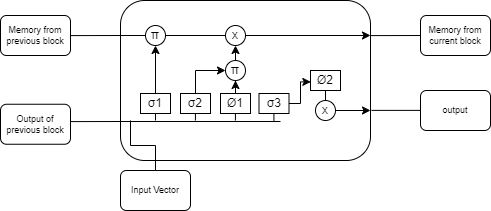
Earlier version of the draw.io export images/lstm_module.png (thomas-lerchbaumer-fh/fh-ba2). Source tidied: cells renumbered, new cells last; positions are measured from the earlier drawing's top-left corner, leaving out a move shared by most shapes.
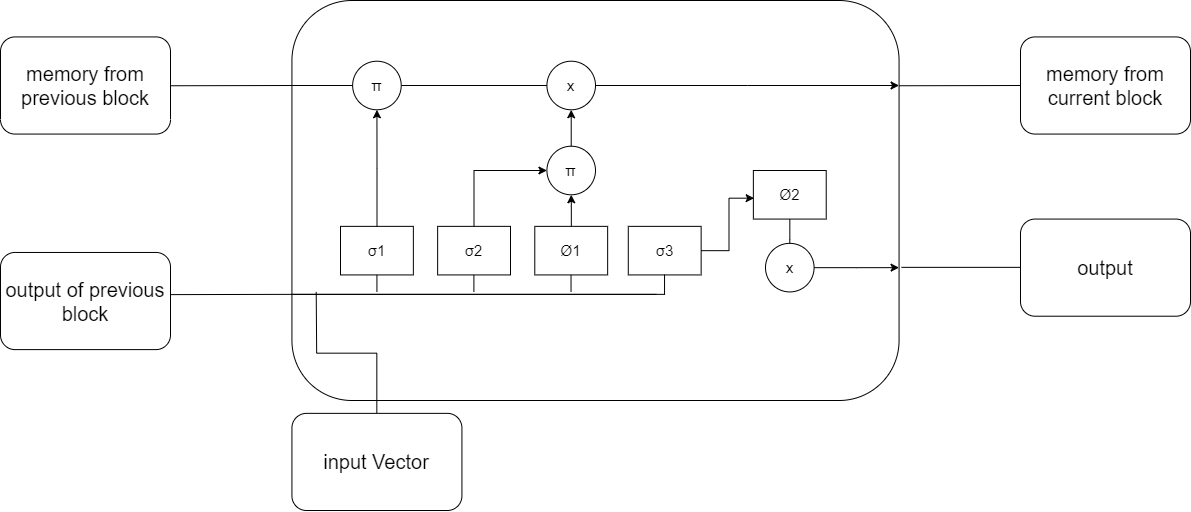
After the change.

Change to the diagram source:
```diff
@@ -2,159 +2,162 @@
   <root>
     <mxCell id="0" />
     <mxCell id="1" parent="0" />
+    <mxCell id="38" style="group;" parent="1" vertex="1">
+      <mxGeometry width="1190" height="510" as="geometry" />
+    </mxCell>
-    <mxCell id="2" style="rounded=1;whiteSpace=wrap;html=1;" parent="1" vertex="1">
-      <mxGeometry x="120" width="250" height="160" as="geometry" />
+    <mxCell id="2" style="rounded=1;whiteSpace=wrap;html=1;" parent="38" vertex="1">
+      <mxGeometry x="291.4" width="607.1" height="400" as="geometry" />
     </mxCell>
-    <mxCell id="3" style="edgeStyle=orthogonalEdgeStyle;rounded=0;jettySize=auto;html=1;entryX=0.5;entryY=1;entryDx=0;entryDy=0;" parent="1" edge="1" source="4" target="17">
-      <mxGeometry relative="1" as="geometry" />
-    </mxCell>
-    <mxCell id="4" value="σ1" style="rounded=0;whiteSpace=wrap;html=1;" parent="1" vertex="1">
-      <mxGeometry x="140" y="93" width="30" height="20" as="geometry" />
+    <mxCell id="4" value="&lt;font style=&quot;font-size: 15px;&quot;&gt;σ1&lt;/font&gt;" style="rounded=0;whiteSpace=wrap;html=1;" parent="38" vertex="1">
+      <mxGeometry x="340" y="225.9" width="72.9" height="48.6" as="geometry" />
     </mxCell>
+    <mxCell id="6" value="&lt;font style=&quot;font-size: 15px;&quot;&gt;σ2&lt;/font&gt;" style="rounded=0;whiteSpace=wrap;html=1;" parent="38" vertex="1">
+      <mxGeometry x="437.1" y="225.9" width="72.9" height="48.6" as="geometry" />
+    </mxCell>
+    <mxCell id="8" value="&lt;font style=&quot;font-size: 15px;&quot;&gt;Ø1&lt;/font&gt;" style="rounded=0;whiteSpace=wrap;html=1;" parent="38" vertex="1">
+      <mxGeometry x="534.3" y="225.9" width="72.9" height="48.6" as="geometry" />
+    </mxCell>
+    <mxCell id="10" value="&lt;font style=&quot;font-size: 15px;&quot;&gt;σ3&lt;/font&gt;" style="rounded=0;whiteSpace=wrap;html=1;" parent="38" vertex="1">
+      <mxGeometry x="627.8" y="225.9" width="72.9" height="48.6" as="geometry" />
+    </mxCell>
+    <mxCell id="12" value="&lt;font style=&quot;font-size: 15px;&quot;&gt;Ø2&lt;/font&gt;" style="rounded=0;whiteSpace=wrap;html=1;" parent="38" vertex="1">
+      <mxGeometry x="752.9" y="170" width="72.9" height="48.6" as="geometry" />
+    </mxCell>
+    <mxCell id="9" style="edgeStyle=orthogonalEdgeStyle;rounded=0;jettySize=auto;html=1;entryX=0.011;entryY=0.57;entryDx=0;entryDy=0;entryPerimeter=0;" parent="38" edge="1" source="10" target="12">
+      <mxGeometry relative="1" as="geometry">
+        <Array as="points">
+          <mxPoint x="728.6" y="250.1" />
+          <mxPoint x="728.6" y="196.7" />
+        </Array>
+      </mxGeometry>
+    </mxCell>
+    <mxCell id="13" value="&lt;font style=&quot;font-size: 15px;&quot;&gt;π&lt;/font&gt;" style="ellipse;whiteSpace=wrap;html=1;" parent="38" vertex="1">
+      <mxGeometry x="546.4" y="145.7" width="48.6" height="48.6" as="geometry" />
+    </mxCell>
-    <mxCell id="5" style="edgeStyle=orthogonalEdgeStyle;rounded=0;jettySize=auto;html=1;entryX=0;entryY=0.5;entryDx=0;entryDy=0;" parent="1" edge="1" source="6" target="13">
+    <mxCell id="5" style="edgeStyle=orthogonalEdgeStyle;rounded=0;jettySize=auto;html=1;entryX=0;entryY=0.5;entryDx=0;entryDy=0;" parent="38" edge="1" source="6" target="13">
       <mxGeometry relative="1" as="geometry">
         <Array as="points">
-          <mxPoint x="195" y="70" />
+          <mxPoint x="473.6" y="170" />
         </Array>
       </mxGeometry>
     </mxCell>
-    <mxCell id="6" value="σ2" style="rounded=0;whiteSpace=wrap;html=1;" parent="1" vertex="1">
-      <mxGeometry x="180" y="93" width="30" height="20" as="geometry" />
-    </mxCell>
-    <mxCell id="7" style="edgeStyle=orthogonalEdgeStyle;rounded=0;jettySize=auto;html=1;entryX=0.5;entryY=1;entryDx=0;entryDy=0;" parent="1" edge="1" source="8" target="13">
+    <mxCell id="7" style="edgeStyle=orthogonalEdgeStyle;rounded=0;jettySize=auto;html=1;entryX=0.5;entryY=1;entryDx=0;entryDy=0;" parent="38" edge="1" source="8" target="13">
       <mxGeometry relative="1" as="geometry" />
     </mxCell>
-    <mxCell id="8" value="Ø1" style="rounded=0;whiteSpace=wrap;html=1;" parent="1" vertex="1">
-      <mxGeometry x="220" y="93" width="30" height="20" as="geometry" />
-    </mxCell>
-    <mxCell id="9" style="edgeStyle=orthogonalEdgeStyle;rounded=0;jettySize=auto;html=1;entryX=0.011;entryY=0.57;entryDx=0;entryDy=0;entryPerimeter=0;" parent="1" edge="1" source="10" target="12">
-      <mxGeometry relative="1" as="geometry">
-        <Array as="points">
-          <mxPoint x="300" y="103" />
-          <mxPoint x="300" y="81" />
-        </Array>
-      </mxGeometry>
-    </mxCell>
-    <mxCell id="10" value="σ3" style="rounded=0;whiteSpace=wrap;html=1;" parent="1" vertex="1">
-      <mxGeometry x="258.5" y="93" width="30" height="20" as="geometry" />
-    </mxCell>
-    <mxCell id="11" style="edgeStyle=orthogonalEdgeStyle;rounded=0;jettySize=auto;html=1;entryX=0.5;entryY=0;entryDx=0;entryDy=0;endArrow=none;endFill=0;" parent="1" edge="1" source="12" target="26">
-      <mxGeometry relative="1" as="geometry" />
-    </mxCell>
-    <mxCell id="12" value="Ø2" style="rounded=0;whiteSpace=wrap;html=1;" parent="1" vertex="1">
-      <mxGeometry x="310" y="70" width="30" height="20" as="geometry" />
-    </mxCell>
-    <mxCell id="13" value="π" style="ellipse;whiteSpace=wrap;html=1;" parent="1" vertex="1">
-      <mxGeometry x="225" y="60" width="20" height="20" as="geometry" />
-    </mxCell>
-    <mxCell id="14" style="edgeStyle=orthogonalEdgeStyle;rounded=0;jettySize=auto;html=1;" parent="1" edge="1" source="15">
+    <mxCell id="14" style="edgeStyle=orthogonalEdgeStyle;rounded=0;jettySize=auto;html=1;" parent="38" edge="1" source="15">
       <mxGeometry relative="1" as="geometry">
-        <mxPoint x="370" y="35" as="targetPoint" />
+        <mxPoint x="898.6" y="85" as="targetPoint" />
       </mxGeometry>
     </mxCell>
-    <mxCell id="15" value="x" style="ellipse;whiteSpace=wrap;html=1;" parent="1" vertex="1">
-      <mxGeometry x="225" y="25" width="20" height="20" as="geometry" />
+    <mxCell id="15" value="&lt;font style=&quot;font-size: 15px;&quot;&gt;x&lt;/font&gt;" style="ellipse;whiteSpace=wrap;html=1;" parent="38" vertex="1">
+      <mxGeometry x="546.4" y="60.7" width="48.6" height="48.6" as="geometry" />
     </mxCell>
-    <mxCell id="16" style="edgeStyle=orthogonalEdgeStyle;rounded=0;jettySize=auto;html=1;entryX=0;entryY=0.5;entryDx=0;entryDy=0;endArrow=none;endFill=0;" parent="1" edge="1" source="17" target="15">
+    <mxCell id="16" style="edgeStyle=orthogonalEdgeStyle;rounded=0;jettySize=auto;html=1;entryX=0;entryY=0.5;entryDx=0;entryDy=0;endArrow=none;endFill=0;" parent="38" edge="1" source="17" target="15">
       <mxGeometry relative="1" as="geometry" />
     </mxCell>
-    <mxCell id="17" value="π" style="ellipse;whiteSpace=wrap;html=1;" parent="1" vertex="1">
-      <mxGeometry x="145" y="25" width="20" height="20" as="geometry" />
+    <mxCell id="17" value="&lt;font style=&quot;font-size: 15px;&quot;&gt;π&lt;/font&gt;" style="ellipse;whiteSpace=wrap;html=1;" parent="38" vertex="1">
+      <mxGeometry x="352.1" y="60.7" width="48.6" height="48.6" as="geometry" />
     </mxCell>
+    <mxCell id="3" style="edgeStyle=orthogonalEdgeStyle;rounded=0;jettySize=auto;html=1;entryX=0.5;entryY=1;entryDx=0;entryDy=0;" parent="38" edge="1" source="4" target="17">
+      <mxGeometry relative="1" as="geometry" />
+    </mxCell>
-    <mxCell id="18" style="endArrow=none;html=1;rounded=0;" parent="1" edge="1">
+    <mxCell id="18" style="endArrow=none;html=1;rounded=0;" parent="38" edge="1">
       <mxGeometry relative="1" as="geometry">
-        <mxPoint x="120" y="121" as="sourcePoint" />
-        <mxPoint x="280" y="121" as="targetPoint" />
+        <mxPoint x="291.4" y="293.9" as="sourcePoint" />
+        <mxPoint x="664" y="293.9" as="targetPoint" />
       </mxGeometry>
     </mxCell>
-    <mxCell id="19" style="endArrow=none;html=1;rounded=0;entryX=0.5;entryY=1;entryDx=0;entryDy=0;" parent="1" edge="1" target="4">
+    <mxCell id="19" style="endArrow=none;html=1;rounded=0;entryX=0.5;entryY=1;entryDx=0;entryDy=0;" parent="38" edge="1" target="4">
       <mxGeometry relative="1" as="geometry">
-        <mxPoint x="155" y="120" as="sourcePoint" />
+        <mxPoint x="376.4" y="291.4" as="sourcePoint" />
       </mxGeometry>
     </mxCell>
-    <mxCell id="20" style="endArrow=none;html=1;rounded=0;entryX=0.5;entryY=1;entryDx=0;entryDy=0;" parent="1" edge="1">
+    <mxCell id="20" style="endArrow=none;html=1;rounded=0;entryX=0.5;entryY=1;entryDx=0;entryDy=0;" parent="38" edge="1">
       <mxGeometry relative="1" as="geometry">
-        <mxPoint x="194.9" y="120" as="sourcePoint" />
-        <mxPoint x="194.9" y="113" as="targetPoint" />
+        <mxPoint x="473.4" y="291.4" as="sourcePoint" />
+        <mxPoint x="473.4" y="274.4" as="targetPoint" />
       </mxGeometry>
     </mxCell>
-    <mxCell id="21" style="endArrow=none;html=1;rounded=0;entryX=0.5;entryY=1;entryDx=0;entryDy=0;" parent="1" edge="1">
+    <mxCell id="21" style="endArrow=none;html=1;rounded=0;entryX=0.5;entryY=1;entryDx=0;entryDy=0;" parent="38" edge="1">
       <mxGeometry relative="1" as="geometry">
-        <mxPoint x="234.9" y="120" as="sourcePoint" />
-        <mxPoint x="234.9" y="113" as="targetPoint" />
+        <mxPoint x="570.5" y="291.4" as="sourcePoint" />
+        <mxPoint x="570.5" y="274.4" as="targetPoint" />
       </mxGeometry>
     </mxCell>
-    <mxCell id="22" style="endArrow=none;html=1;rounded=0;entryX=0.5;entryY=1;entryDx=0;entryDy=0;" parent="1" edge="1">
+    <mxCell id="22" style="endArrow=none;html=1;rounded=0;entryX=0.5;entryY=1;entryDx=0;entryDy=0;" parent="38" edge="1">
       <mxGeometry relative="1" as="geometry">
-        <mxPoint x="273.4" y="120" as="sourcePoint" />
-        <mxPoint x="273.4" y="113" as="targetPoint" />
+        <mxPoint x="664" y="294.4" as="sourcePoint" />
+        <mxPoint x="664" y="274" as="targetPoint" />
       </mxGeometry>
     </mxCell>
-    <mxCell id="23" style="endArrow=none;html=1;rounded=0;entryX=0;entryY=0.5;entryDx=0;entryDy=0;" parent="1" edge="1" target="17">
+    <mxCell id="23" style="endArrow=none;html=1;rounded=0;entryX=0;entryY=0.5;entryDx=0;entryDy=0;" parent="38" edge="1" target="17">
       <mxGeometry relative="1" as="geometry">
-        <mxPoint x="120" y="35" as="sourcePoint" />
+        <mxPoint x="291.4" y="85" as="sourcePoint" />
       </mxGeometry>
     </mxCell>
-    <mxCell id="24" style="endArrow=none;html=1;rounded=0;exitX=1.004;exitY=0.203;exitDx=0;exitDy=0;exitPerimeter=0;endFill=0;" parent="1" edge="1">
+    <mxCell id="24" style="endArrow=none;html=1;rounded=0;exitX=1.004;exitY=0.203;exitDx=0;exitDy=0;exitPerimeter=0;endFill=0;" parent="38" edge="1">
       <mxGeometry relative="1" as="geometry">
-        <mxPoint x="70.2" y="35.1" as="sourcePoint" />
-        <mxPoint x="120" y="35" as="targetPoint" />
+        <mxPoint x="170.5" y="85.2" as="sourcePoint" />
+        <mxPoint x="291.4" y="85" as="targetPoint" />
       </mxGeometry>
     </mxCell>
-    <mxCell id="25" style="edgeStyle=orthogonalEdgeStyle;rounded=0;jettySize=auto;html=1;" parent="1" edge="1" source="26">
+    <mxCell id="25" style="edgeStyle=orthogonalEdgeStyle;rounded=0;jettySize=auto;html=1;" parent="38" edge="1" source="26">
       <mxGeometry relative="1" as="geometry">
-        <mxPoint x="370" y="110" as="targetPoint" />
+        <mxPoint x="898.6" y="267.1" as="targetPoint" />
       </mxGeometry>
     </mxCell>
-    <mxCell id="26" value="x" style="ellipse;whiteSpace=wrap;html=1;" parent="1" vertex="1">
-      <mxGeometry x="315" y="100" width="20" height="20" as="geometry" />
+    <mxCell id="26" value="&lt;font style=&quot;font-size: 15px;&quot;&gt;x&lt;/font&gt;" style="ellipse;whiteSpace=wrap;html=1;" parent="38" vertex="1">
+      <mxGeometry x="765" y="242.9" width="48.6" height="48.6" as="geometry" />
     </mxCell>
+    <mxCell id="11" style="edgeStyle=orthogonalEdgeStyle;rounded=0;jettySize=auto;html=1;entryX=0.5;entryY=0;entryDx=0;entryDy=0;endArrow=none;endFill=0;" parent="38" edge="1" source="12" target="26">
+      <mxGeometry relative="1" as="geometry" />
+    </mxCell>
-    <mxCell id="27" style="endArrow=classic;html=1;rounded=0;exitX=0.5;exitY=0;exitDx=0;exitDy=0;entryX=0.5;entryY=1;entryDx=0;entryDy=0;" parent="1" edge="1" source="13" target="15">
+    <mxCell id="27" style="endArrow=classic;html=1;rounded=0;exitX=0.5;exitY=0;exitDx=0;exitDy=0;entryX=0.5;entryY=1;entryDx=0;entryDy=0;" parent="38" edge="1" source="13" target="15">
       <mxGeometry relative="1" as="geometry" />
     </mxCell>
-    <mxCell id="28" style="endArrow=none;html=1;rounded=0;entryX=-0.014;entryY=0.204;entryDx=0;entryDy=0;entryPerimeter=0;exitX=0.999;exitY=0.315;exitDx=0;exitDy=0;exitPerimeter=0;startArrow=none;startFill=0;endFill=0;" parent="1" edge="1">
+    <mxCell id="28" style="endArrow=none;html=1;rounded=0;entryX=-0.014;entryY=0.204;entryDx=0;entryDy=0;entryPerimeter=0;exitX=0.999;exitY=0.315;exitDx=0;exitDy=0;exitPerimeter=0;startArrow=none;startFill=0;endFill=0;" parent="38" edge="1">
       <mxGeometry relative="1" as="geometry">
-        <mxPoint x="371" y="109.9" as="sourcePoint" />
-        <mxPoint x="425" y="109.9" as="targetPoint" />
+        <mxPoint x="901" y="266.9" as="sourcePoint" />
+        <mxPoint x="1032.1" y="266.9" as="targetPoint" />
       </mxGeometry>
     </mxCell>
-    <mxCell id="29" style="endArrow=none;html=1;rounded=0;" parent="1" edge="1">
+    <mxCell id="29" style="endArrow=none;html=1;rounded=0;" parent="38" edge="1">
       <mxGeometry relative="1" as="geometry">
-        <mxPoint x="120" y="121" as="sourcePoint" />
-        <mxPoint x="270" y="121" as="targetPoint" />
+        <mxPoint x="291.4" y="293.9" as="sourcePoint" />
+        <mxPoint x="655.7" y="293.9" as="targetPoint" />
       </mxGeometry>
     </mxCell>
-    <mxCell id="30" value="Memory from previous block" style="rounded=1;whiteSpace=wrap;html=1;fontSize=9;" parent="1" vertex="1">
-      <mxGeometry y="15" width="70" height="40" as="geometry" />
+    <mxCell id="30" value="&lt;font style=&quot;font-size: 20px;&quot;&gt;memory from previous block&lt;/font&gt;" style="rounded=1;whiteSpace=wrap;html=1;fontSize=9;" parent="38" vertex="1">
+      <mxGeometry y="36.4" width="170" height="97.1" as="geometry" />
     </mxCell>
-    <mxCell id="31" value="Output of previous block" style="rounded=1;whiteSpace=wrap;html=1;fontSize=9;" parent="1" vertex="1">
-      <mxGeometry y="103.8" width="70" height="40" as="geometry" />
+    <mxCell id="31" value="&lt;font style=&quot;font-size: 20px;&quot;&gt;output of previous block&lt;/font&gt;" style="rounded=1;whiteSpace=wrap;html=1;fontSize=9;" parent="38" vertex="1">
+      <mxGeometry y="252" width="170" height="97.1" as="geometry" />
     </mxCell>
-    <mxCell id="32" style="endArrow=none;html=1;rounded=0;exitX=1.004;exitY=0.203;exitDx=0;exitDy=0;exitPerimeter=0;endFill=0;" parent="1" edge="1">
+    <mxCell id="32" style="endArrow=none;html=1;rounded=0;exitX=1.004;exitY=0.203;exitDx=0;exitDy=0;exitPerimeter=0;endFill=0;" parent="38" edge="1">
       <mxGeometry relative="1" as="geometry">
-        <mxPoint x="70.2" y="121.1" as="sourcePoint" />
-        <mxPoint x="120" y="121" as="targetPoint" />
+        <mxPoint x="170.5" y="294.1" as="sourcePoint" />
+        <mxPoint x="291.4" y="293.9" as="targetPoint" />
       </mxGeometry>
     </mxCell>
-    <mxCell id="33" value="Memory from current block" style="rounded=1;whiteSpace=wrap;html=1;fontSize=9;" parent="1" vertex="1">
-      <mxGeometry x="420" y="15" width="70" height="40" as="geometry" />
+    <mxCell id="33" value="&lt;font style=&quot;font-size: 20px;&quot;&gt;memory from current block&lt;/font&gt;" style="rounded=1;whiteSpace=wrap;html=1;fontSize=9;" parent="38" vertex="1">
+      <mxGeometry x="1020" y="36.4" width="170" height="97.1" as="geometry" />
     </mxCell>
-    <mxCell id="34" style="endArrow=none;html=1;rounded=0;exitX=1.004;exitY=0.203;exitDx=0;exitDy=0;exitPerimeter=0;endFill=0;" parent="1" edge="1">
+    <mxCell id="34" style="endArrow=none;html=1;rounded=0;exitX=1.004;exitY=0.203;exitDx=0;exitDy=0;exitPerimeter=0;endFill=0;" parent="38" edge="1">
       <mxGeometry relative="1" as="geometry">
-        <mxPoint x="370" y="35.1" as="sourcePoint" />
-        <mxPoint x="419.8" y="35" as="targetPoint" />
+        <mxPoint x="898.6" y="85.2" as="sourcePoint" />
+        <mxPoint x="1019.5" y="85" as="targetPoint" />
       </mxGeometry>
     </mxCell>
-    <mxCell id="35" value="output" style="rounded=1;whiteSpace=wrap;html=1;fontSize=9;" parent="1" vertex="1">
-      <mxGeometry x="420" y="90" width="70" height="40" as="geometry" />
+    <mxCell id="35" value="&lt;font style=&quot;font-size: 20px;&quot;&gt;output&lt;/font&gt;" style="rounded=1;whiteSpace=wrap;html=1;fontSize=9;" parent="38" vertex="1">
+      <mxGeometry x="1020" y="218.6" width="170" height="97.1" as="geometry" />
     </mxCell>
-    <mxCell id="36" style="edgeStyle=orthogonalEdgeStyle;rounded=0;jettySize=auto;html=1;endArrow=none;endFill=0;" parent="1" edge="1" source="37">
+    <mxCell id="36" style="edgeStyle=orthogonalEdgeStyle;rounded=0;jettySize=auto;html=1;endArrow=none;endFill=0;" parent="38" edge="1" source="37">
       <mxGeometry relative="1" as="geometry">
-        <mxPoint x="130" y="120" as="targetPoint" />
+        <mxPoint x="315.7" y="291.4" as="targetPoint" />
       </mxGeometry>
     </mxCell>
-    <mxCell id="37" value="Input Vector" style="rounded=1;whiteSpace=wrap;html=1;fontSize=9;" parent="1" vertex="1">
-      <mxGeometry x="120" y="170" width="70" height="40" as="geometry" />
+    <mxCell id="37" value="&lt;font style=&quot;font-size: 20px;&quot;&gt;input Vector&lt;/font&gt;" style="rounded=1;whiteSpace=wrap;html=1;fontSize=9;" parent="38" vertex="1">
+      <mxGeometry x="291.4" y="412.9" width="170" height="97.1" as="geometry" />
     </mxCell>
   </root>
 </mxGraphModel>
```
